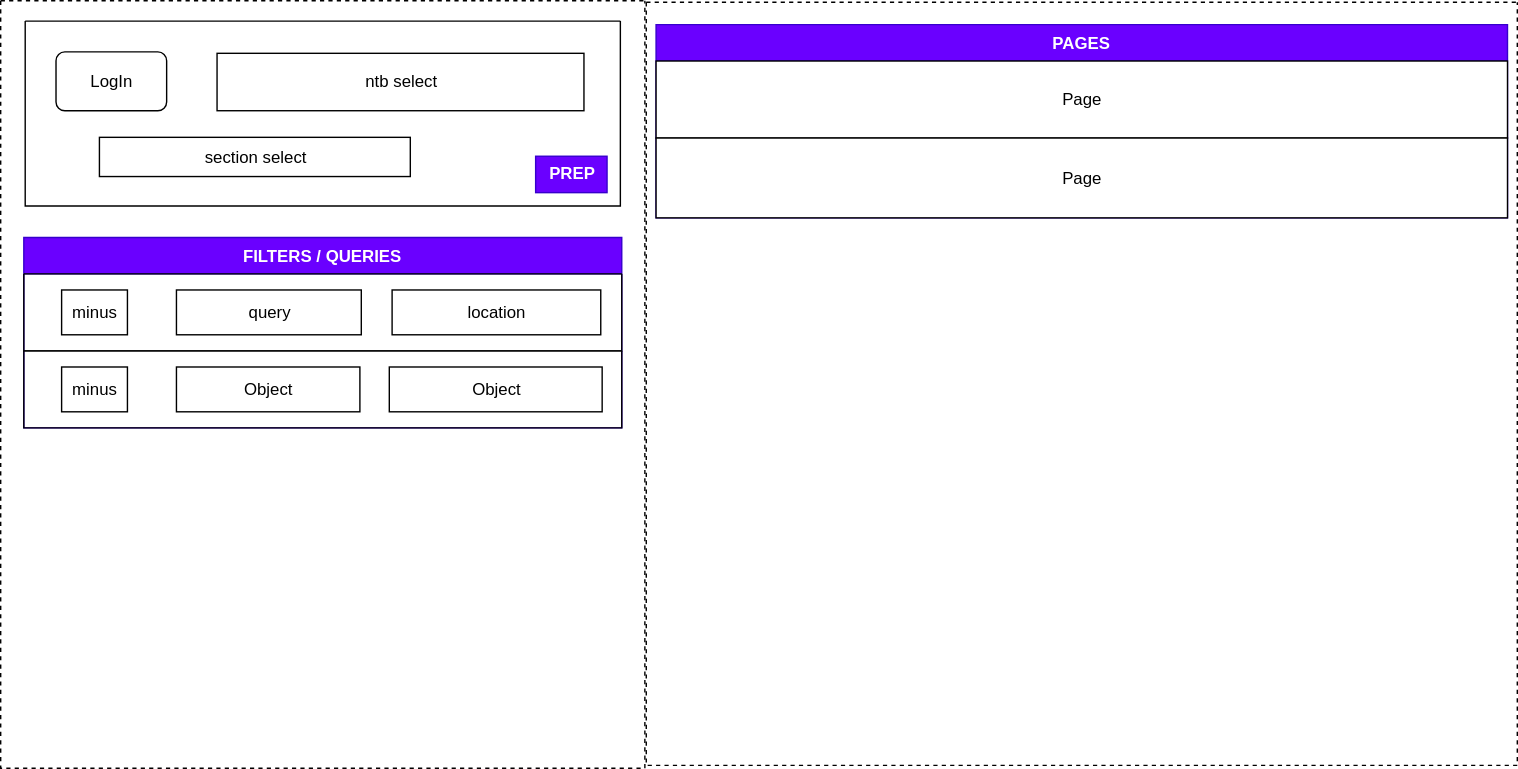
Above: src/resources/wireframes.drawio.svg in simik394/1note-organizer (draw.io), before the change. Source tidied: cells renumbered, new cells last; positions are measured from the earlier drawing's top-left corner, leaving out a move shared by most shapes.
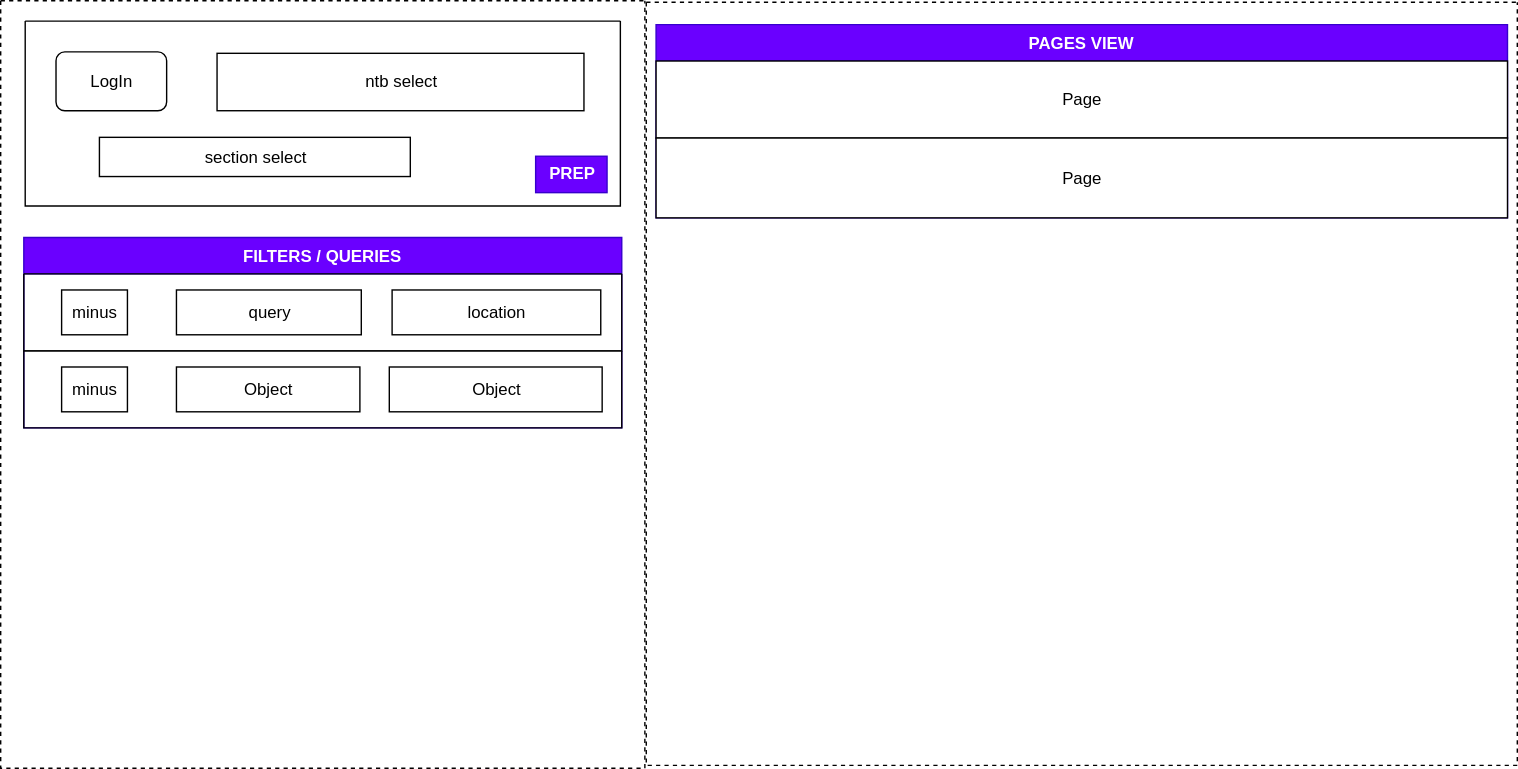
After the commit.

What changed in the source:
```diff
@@ -5,7 +5,7 @@
     <mxCell id="2" style="swimlane;startSize=0;dashed=1;" parent="1" vertex="1">
       <mxGeometry x="461" y="1" width="622" height="545" as="geometry" />
     </mxCell>
-    <mxCell id="3" value="PAGES" style="swimlane;fontStyle=1;align=center;verticalAlign=top;horizontal=1;startSize=26;fillColor=#6a00ff;fontColor=#ffffff;strokeColor=#3700CC;" parent="2" vertex="1">
+    <mxCell id="3" value="PAGES VIEW" style="swimlane;fontStyle=1;align=center;verticalAlign=top;horizontal=1;startSize=26;fillColor=#6a00ff;fontColor=#ffffff;strokeColor=#3700CC;" parent="2" vertex="1">
       <mxGeometry x="7" y="16" width="608" height="138" as="geometry" />
     </mxCell>
     <mxCell id="4" value="Page" style="html=1;" parent="3" vertex="1">
```
